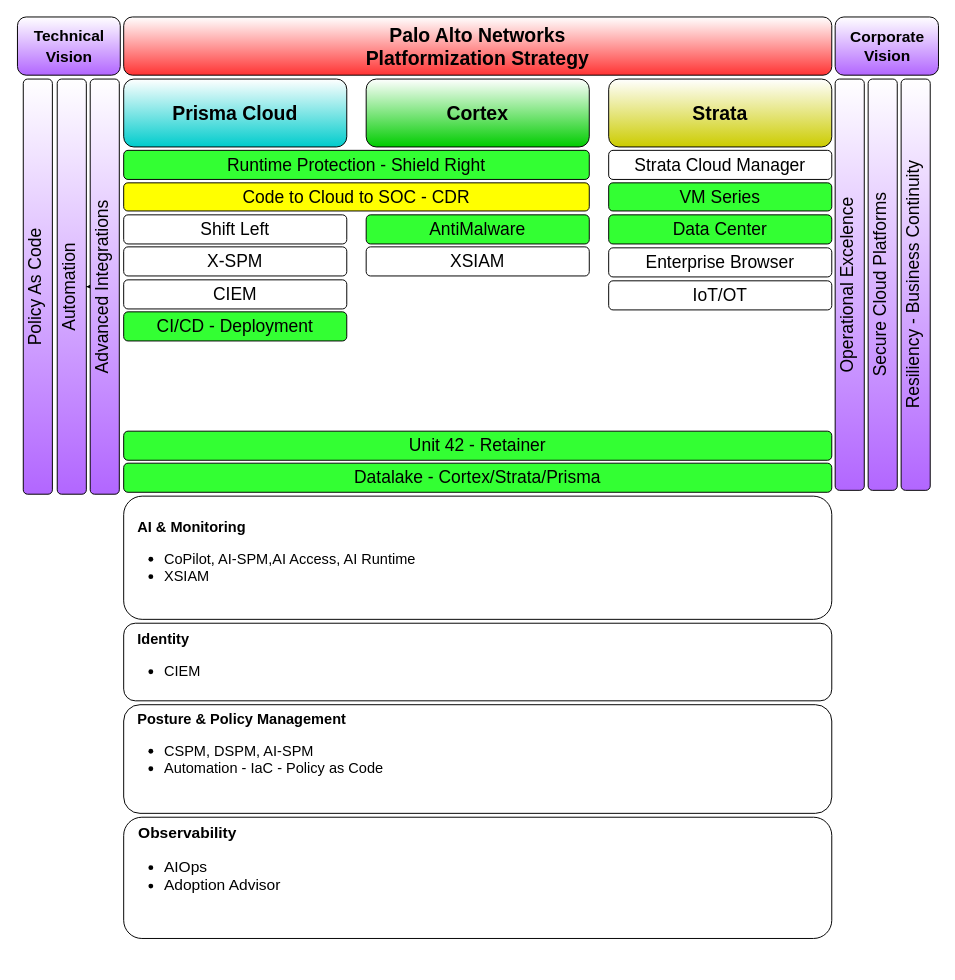
Above: BanColombia.drawio in lcastrose/architecture (draw.io), before the change. Source tidied: cells renumbered, new cells numbered last; positions are measured from the earlier drawing's top-left corner, leaving out a move shared by most shapes. Both pictures are drawn from the tidied source at 97%, with x=0, y=0 at pixel (16, 16).
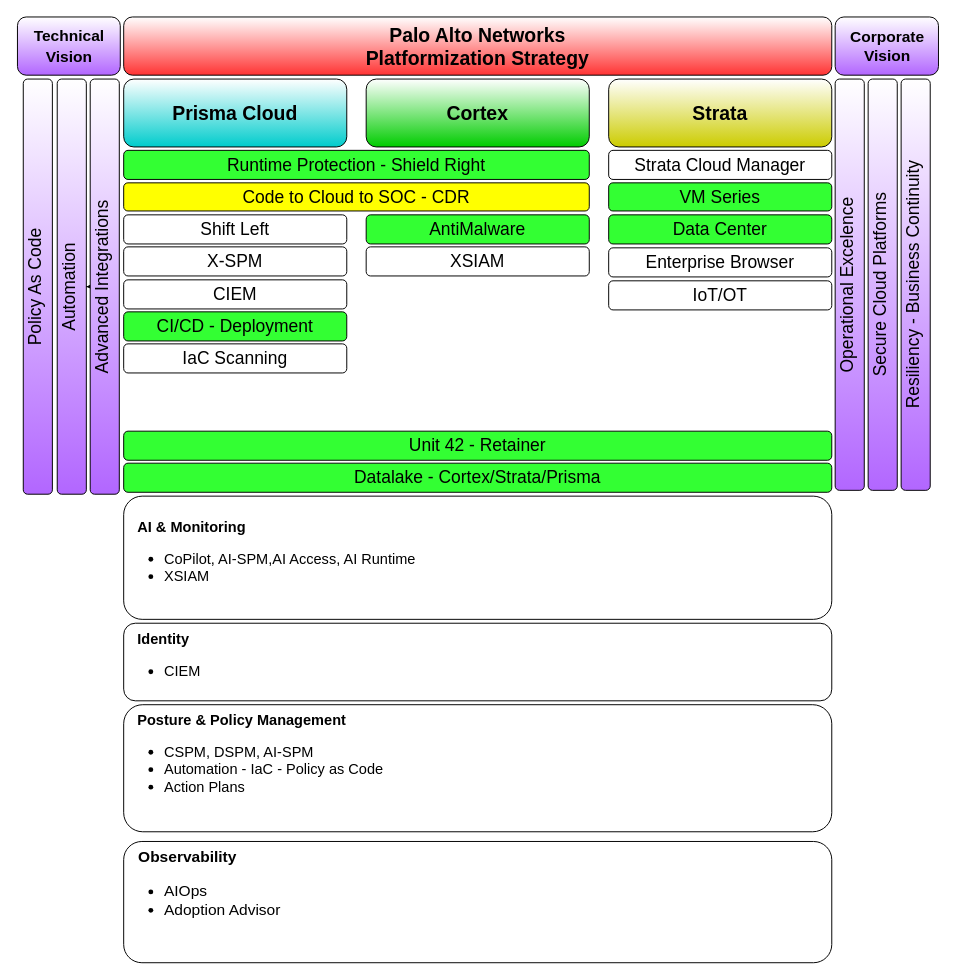
After the change.

What changed in the source:
```diff
@@
-    <mxCell id="8" value="&lt;b&gt;&amp;nbsp; &amp;nbsp;Posture &amp;amp; Policy Management&lt;/b&gt;&lt;div&gt;&lt;ul&gt;&lt;li&gt;CSPM, DSPM, AI-SPM&lt;/li&gt;&lt;li&gt;Automation - IaC - Policy as Code&lt;/li&gt;&lt;/ul&gt;&lt;div&gt;&lt;b&gt;&lt;br&gt;&lt;/b&gt;&lt;/div&gt;&lt;/div&gt;" style="rounded=1;whiteSpace=wrap;html=1;fontSize=15;align=left;" parent="1" vertex="1">
-      <mxGeometry x="110" y="709" width="730" height="112" as="geometry" />
+    <mxCell id="8" value="&lt;b&gt;&amp;nbsp; &amp;nbsp;Posture &amp;amp; Policy Management&lt;/b&gt;&lt;div&gt;&lt;ul&gt;&lt;li&gt;CSPM, DSPM, AI-SPM&lt;/li&gt;&lt;li&gt;Automation - IaC - Policy as Code&lt;/li&gt;&lt;li&gt;Action Plans&lt;/li&gt;&lt;/ul&gt;&lt;div&gt;&lt;b&gt;&lt;br&gt;&lt;/b&gt;&lt;/div&gt;&lt;/div&gt;" style="rounded=1;whiteSpace=wrap;html=1;fontSize=15;align=left;" parent="1" vertex="1">
+      <mxGeometry x="110" y="709" width="730" height="131" as="geometry" />
     </mxCell>
     <mxCell id="9" value="&lt;b&gt;&amp;nbsp; &amp;nbsp;Observability&lt;/b&gt;&lt;div&gt;&lt;ul&gt;&lt;li&gt;AIOps&lt;/li&gt;&lt;li&gt;Adoption Advisor&lt;/li&gt;&lt;/ul&gt;&lt;/div&gt;&lt;div&gt;&lt;br&gt;&lt;/div&gt;" style="rounded=1;whiteSpace=wrap;html=1;fontSize=16;align=left;verticalAlign=top;" parent="1" vertex="1">
-      <mxGeometry x="110" y="825" width="730" height="125" as="geometry" />
+      <mxGeometry x="110" y="850" width="730" height="125" as="geometry" />
     </mxCell>
@@
+    <mxCell id="34" value="IaC Scanning" style="rounded=1;whiteSpace=wrap;html=1;fontSize=18;fillColor=#FFFFFF;" parent="1" vertex="1">
+      <mxGeometry x="110" y="337" width="230" height="30" as="geometry" />
+    </mxCell>
```
